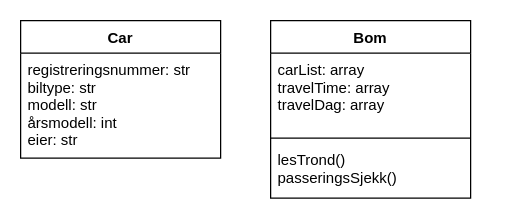
Earlier version of the draw.io diagram Ommel.drawio (patootey/trafikksystem). Source tidied: cells renumbered, new cells numbered last; positions are measured from the earlier drawing's top-left corner, leaving out a move shared by most shapes. Both pictures are drawn from the tidied source at 125%, with x=0, y=0 at pixel (20, 20).
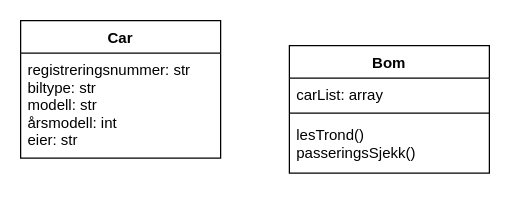
The same diagram, later.

Change to the diagram source:
```diff
@@
 <mxGraphModel>
   <root>
     <mxCell id="0" />
     <mxCell id="1" parent="0" />
     <mxCell id="2" value="Car" style="swimlane;fontStyle=1;align=center;verticalAlign=top;horizontal=1;startSize=26;" parent="1" vertex="1">
       <mxGeometry width="160" height="110" as="geometry" />
     </mxCell>
     <mxCell id="3" value="registreringsnummer: str&#10;biltype: str&#10;modell: str&#10;årsmodell: int&#10;eier: str" style="text;strokeColor=none;fillColor=none;align=left;verticalAlign=top;spacingLeft=4;spacingRight=4;overflow=hidden;" parent="2" vertex="1">
       <mxGeometry y="26" width="160" height="84" as="geometry" />
     </mxCell>
     <mxCell id="4" value="Bom" style="swimlane;fontStyle=1;align=center;verticalAlign=top;horizontal=1;startSize=26;" parent="1" vertex="1">
-      <mxGeometry x="200" width="160" height="142" as="geometry" />
+      <mxGeometry x="215" y="20" width="160" height="102" as="geometry" />
     </mxCell>
-    <mxCell id="5" value="carList: array&#10;travelTime: array&#10;travelDag: array" style="text;strokeColor=none;fillColor=none;align=left;verticalAlign=top;spacingLeft=4;spacingRight=4;overflow=hidden;" parent="4" vertex="1">
-      <mxGeometry y="26" width="160" height="64" as="geometry" />
+    <mxCell id="5" value="carList: array" style="text;strokeColor=none;fillColor=none;align=left;verticalAlign=top;spacingLeft=4;spacingRight=4;overflow=hidden;" parent="4" vertex="1">
+      <mxGeometry y="26" width="160" height="24" as="geometry" />
     </mxCell>
     <mxCell id="6" style="line;strokeWidth=1;fillColor=none;align=left;verticalAlign=middle;spacingTop=-1;spacingLeft=3;spacingRight=3;labelPosition=right;strokeColor=inherit;" parent="4" vertex="1">
-      <mxGeometry y="90" width="160" height="8" as="geometry" />
+      <mxGeometry y="50" width="160" height="8" as="geometry" />
     </mxCell>
     <mxCell id="7" value="lesTrond()&#10;passeringsSjekk()" style="text;strokeColor=none;fillColor=none;align=left;verticalAlign=top;spacingLeft=4;spacingRight=4;overflow=hidden;" parent="4" vertex="1">
-      <mxGeometry y="98" width="160" height="44" as="geometry" />
+      <mxGeometry y="58" width="160" height="44" as="geometry" />
     </mxCell>
   </root>
 </mxGraphModel>
```
